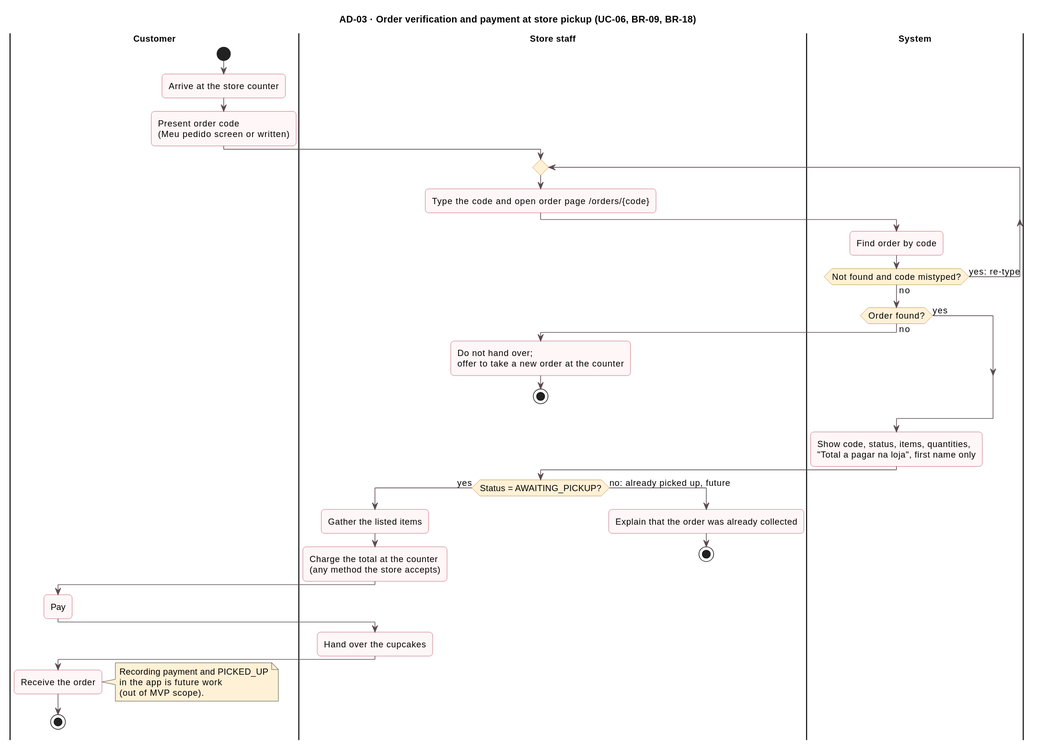
This is docs/diagrams/activity-diagrams/ad-03-pickup-verification.svg from tiagopacedev/cupcake-app, a PlantUML export, as it was before one commit.
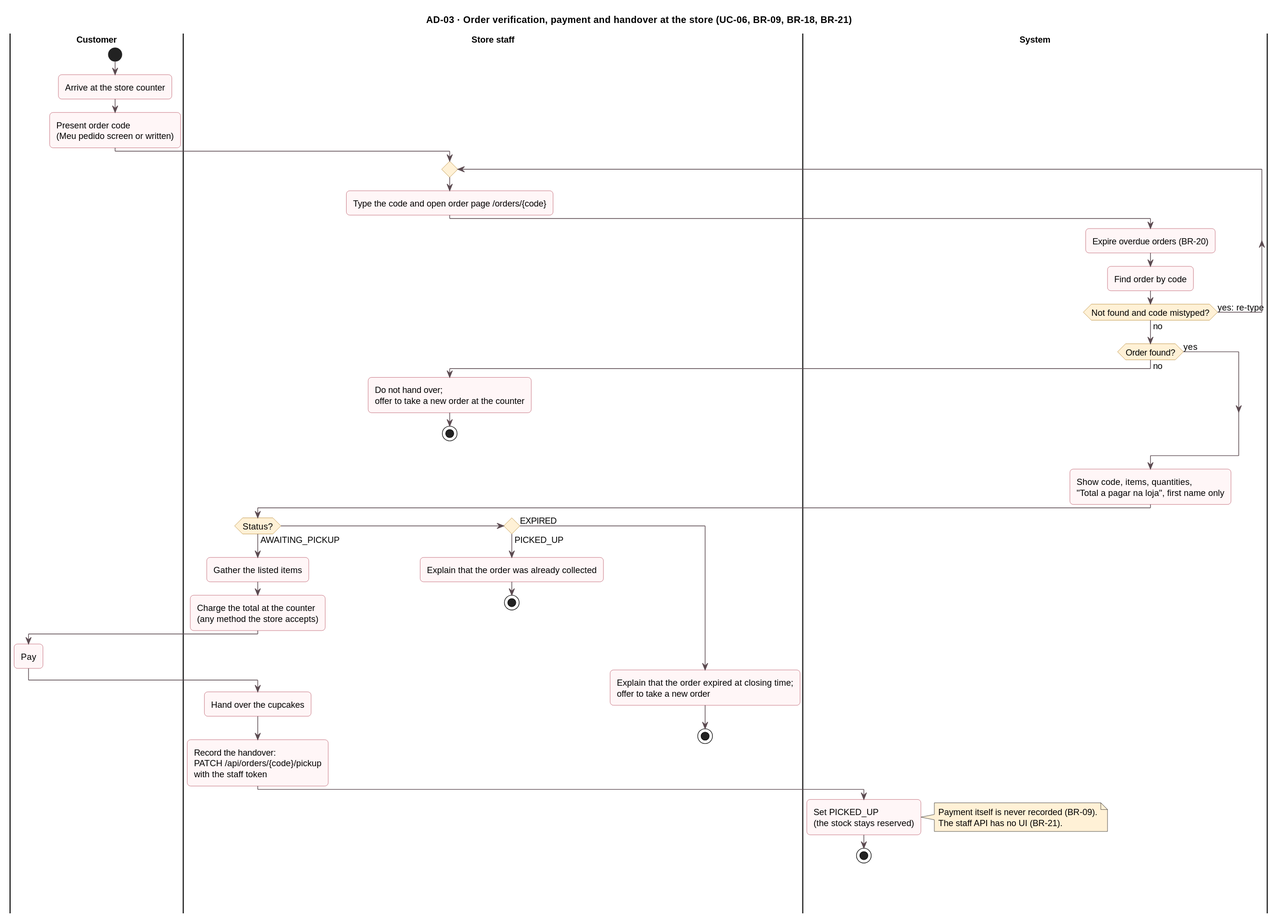
Above is the later version.

What changed in the source:
```diff
@@ -1,6 +1,6 @@
 @startuml ad-03-pickup-verification
 !include ../_style.iuml
-title AD-03 · Order verification and payment at store pickup (UC-06, BR-09, BR-18)
+title AD-03 · Order verification, payment and handover at the store (UC-06, BR-09, BR-18, BR-21)
 
 |Customer|
 start
@@ -10,6 +10,7 @@
   |Store staff|
   :Type the code and open order page /orders/{code};
   |System|
+  :Expire overdue orders (BR-20);
   :Find order by code;
 repeat while (Not found and code mistyped?) is (yes: re-type) not (no)
 if (Order found?) then (no)
@@ -19,26 +20,30 @@
 else (yes)
 endif
 |System|
-:Show code, status, items, quantities,\n"Total a pagar na loja", first name only;
+:Show code, items, quantities,\n"Total a pagar na loja", first name only;
 |Store staff|
-if (Status = AWAITING_PICKUP?) then (yes)
+if (Status?) then (AWAITING_PICKUP)
   :Gather the listed items;
   :Charge the total at the counter\n(any method the store accepts);
   |Customer|
   :Pay;
   |Store staff|
   :Hand over the cupcakes;
-  |Customer|
-  :Receive the order;
+  :Record the handover:\nPATCH /api/orders/{code}/pickup\nwith the staff token;
+  |System|
+  :Set PICKED_UP\n(the stock stays reserved);
   note right
-    Recording payment and PICKED_UP
-    in the app is future work
-    (out of MVP scope).
+    Payment itself is never recorded (BR-09).
+    The staff API has no UI (BR-21).
   end note
   stop
-else (no: already picked up, future)
+elseif () then (PICKED_UP)
   |Store staff|
   :Explain that the order was already collected;
   stop
+else (EXPIRED)
+  |Store staff|
+  :Explain that the order expired at closing time;\noffer to take a new order;
+  stop
 endif
 @enduml
```
